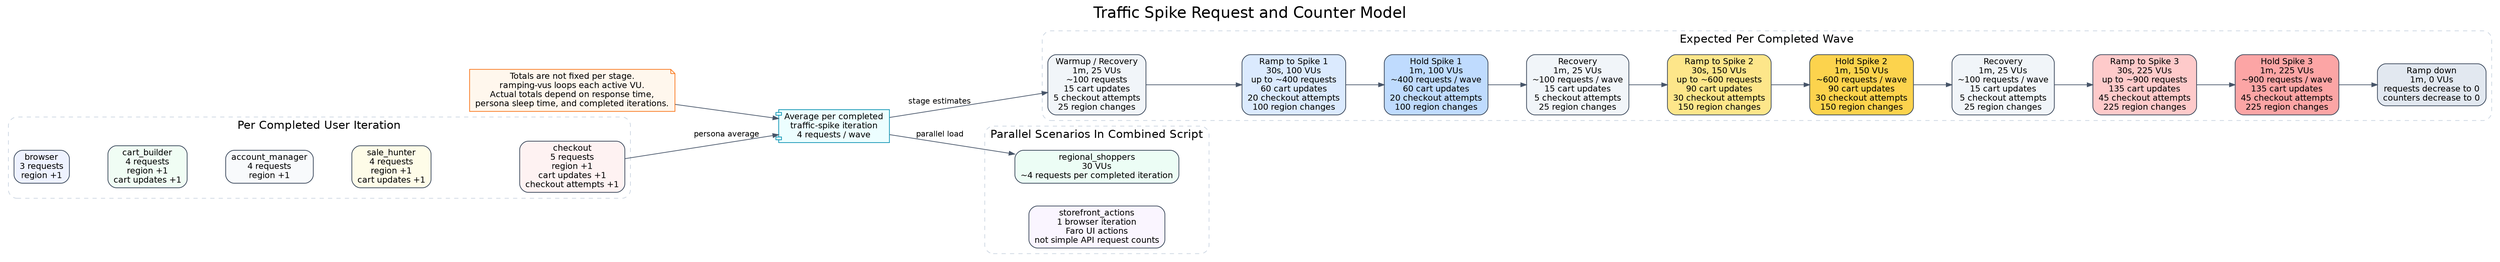
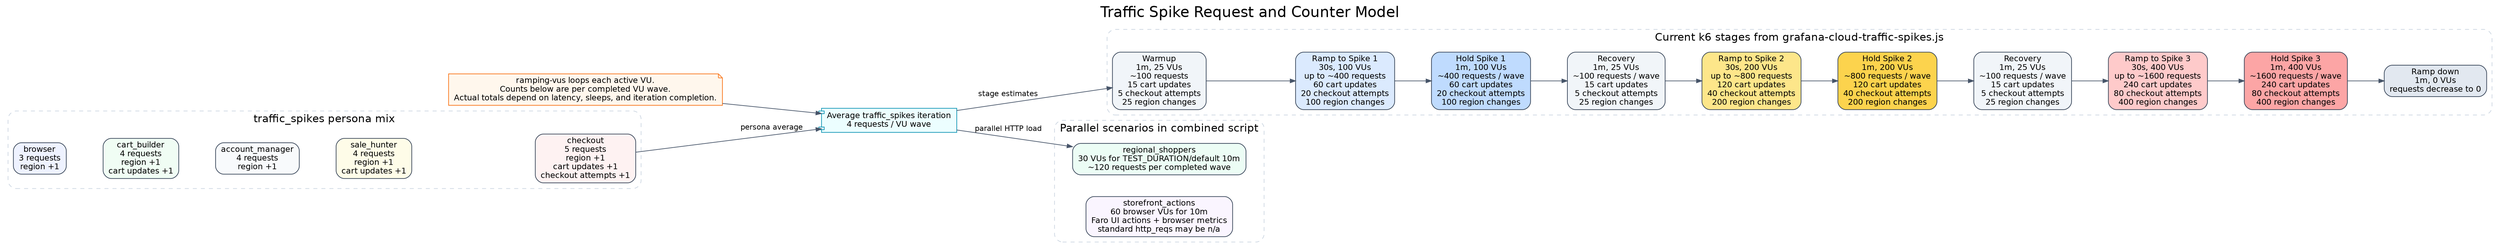
digraph traffic_spike_request_model {
  graph [
    rankdir=LR,
    labelloc=t,
    label="Traffic Spike Request and Counter Model",
    fontsize=22,
    fontname="Helvetica",
    nodesep=0.45,
    ranksep=0.75
  ];

-   node [
-     shape=box,
-     style="rounded,filled",
-     fontname="Helvetica",
-     fontsize=12,
-     color="#334155",
-     fillcolor="#f8fafc"
-   ];
+   node [shape=box, style="rounded,filled", fontname="Helvetica", fontsize=12, color="#334155", fillcolor="#f8fafc"];
+   edge [color="#475569", arrowsize=0.8, fontname="Helvetica", fontsize=11];

-   edge [
-     color="#475569",
-     arrowsize=0.8,
-     fontname="Helvetica",
-     fontsize=11
-   ];
- 
-   note [
-     shape=note,
-     fillcolor="#fff7ed",
-     color="#f97316",
-     label="Totals are not fixed per stage.\nramping-vus loops each active VU.\nActual totals depend on response time,\npersona sleep time, and completed iterations."
-   ];
- 
-   avg [
-     shape=component,
-     fillcolor="#ecfeff",
-     color="#0891b2",
-     label="Average per completed\ntraffic-spike iteration\n4 requests / wave"
-   ];
+   note [shape=note, fillcolor="#fff7ed", color="#f97316", label="ramping-vus loops each active VU.\nCounts below are per completed VU wave.\nActual totals depend on latency, sleeps, and iteration completion."];
+   avg [shape=component, fillcolor="#ecfeff", color="#0891b2", label="Average traffic_spikes iteration\n4 requests / VU wave"];

  subgraph cluster_personas {
-     label="Per Completed User Iteration";
-     color="#cbd5e1";
-     style="rounded,dashed";
-     fontsize=16;
-     fontname="Helvetica";
- 
-     browser [
-       label="browser\n3 requests\nregion +1",
-       fillcolor="#eef2ff"
-     ];
- 
-     cart_builder [
-       label="cart_builder\n4 requests\nregion +1\ncart updates +1",
-       fillcolor="#f0fdf4"
-     ];
- 
-     account_manager [
-       label="account_manager\n4 requests\nregion +1",
-       fillcolor="#f8fafc"
-     ];
- 
-     sale_hunter [
-       label="sale_hunter\n4 requests\nregion +1\ncart updates +1",
-       fillcolor="#fefce8"
-     ];
- 
-     checkout [
-       label="checkout\n5 requests\nregion +1\ncart updates +1\ncheckout attempts +1",
-       fillcolor="#fef2f2"
-     ];
- 
-     browser -> cart_builder -> account_manager -> sale_hunter -> checkout [
-       style=invis
-     ];
+     label="traffic_spikes persona mix"; color="#cbd5e1"; style="rounded,dashed"; fontsize=16; fontname="Helvetica";
+     browser [label="browser\n3 requests\nregion +1", fillcolor="#eef2ff"];
+     cart_builder [label="cart_builder\n4 requests\nregion +1\ncart updates +1", fillcolor="#f0fdf4"];
+     account_manager [label="account_manager\n4 requests\nregion +1", fillcolor="#f8fafc"];
+     sale_hunter [label="sale_hunter\n4 requests\nregion +1\ncart updates +1", fillcolor="#fefce8"];
+     checkout [label="checkout\n5 requests\nregion +1\ncart updates +1\ncheckout attempts +1", fillcolor="#fef2f2"];
+     browser -> cart_builder -> account_manager -> sale_hunter -> checkout [style=invis];
  }

  subgraph cluster_stages {
-     label="Expected Per Completed Wave";
-     color="#cbd5e1";
-     style="rounded,dashed";
-     fontsize=16;
-     fontname="Helvetica";
- 
-     warmup [
-       label="Warmup / Recovery\n1m, 25 VUs\n~100 requests\n15 cart updates\n5 checkout attempts\n25 region changes",
-       fillcolor="#f1f5f9"
-     ];
- 
-     ramp1 [
-       label="Ramp to Spike 1\n30s, 100 VUs\nup to ~400 requests\n60 cart updates\n20 checkout attempts\n100 region changes",
-       fillcolor="#dbeafe"
-     ];
- 
-     hold1 [
-       label="Hold Spike 1\n1m, 100 VUs\n~400 requests / wave\n60 cart updates\n20 checkout attempts\n100 region changes",
-       fillcolor="#bfdbfe"
-     ];
- 
-     recovery1 [
-       label="Recovery\n1m, 25 VUs\n~100 requests / wave\n15 cart updates\n5 checkout attempts\n25 region changes",
-       fillcolor="#f1f5f9"
-     ];
- 
-     ramp2 [
-       label="Ramp to Spike 2\n30s, 150 VUs\nup to ~600 requests\n90 cart updates\n30 checkout attempts\n150 region changes",
-       fillcolor="#fde68a"
-     ];
- 
-     hold2 [
-       label="Hold Spike 2\n1m, 150 VUs\n~600 requests / wave\n90 cart updates\n30 checkout attempts\n150 region changes",
-       fillcolor="#fcd34d"
-     ];
- 
-     recovery2 [
-       label="Recovery\n1m, 25 VUs\n~100 requests / wave\n15 cart updates\n5 checkout attempts\n25 region changes",
-       fillcolor="#f1f5f9"
-     ];
- 
-     ramp3 [
-       label="Ramp to Spike 3\n30s, 225 VUs\nup to ~900 requests\n135 cart updates\n45 checkout attempts\n225 region changes",
-       fillcolor="#fecaca"
-     ];
- 
-     hold3 [
-       label="Hold Spike 3\n1m, 225 VUs\n~900 requests / wave\n135 cart updates\n45 checkout attempts\n225 region changes",
-       fillcolor="#fca5a5"
-     ];
- 
-     rampdown [
-       label="Ramp down\n1m, 0 VUs\nrequests decrease to 0\ncounters decrease to 0",
-       fillcolor="#e2e8f0"
-     ];
- 
+     label="Current k6 stages from grafana-cloud-traffic-spikes.js"; color="#cbd5e1"; style="rounded,dashed"; fontsize=16; fontname="Helvetica";
+     warmup [label="Warmup\n1m, 25 VUs\n~100 requests\n15 cart updates\n5 checkout attempts\n25 region changes", fillcolor="#f1f5f9"];
+     ramp1 [label="Ramp to Spike 1\n30s, 100 VUs\nup to ~400 requests\n60 cart updates\n20 checkout attempts\n100 region changes", fillcolor="#dbeafe"];
+     hold1 [label="Hold Spike 1\n1m, 100 VUs\n~400 requests / wave\n60 cart updates\n20 checkout attempts\n100 region changes", fillcolor="#bfdbfe"];
+     recovery1 [label="Recovery\n1m, 25 VUs\n~100 requests / wave\n15 cart updates\n5 checkout attempts\n25 region changes", fillcolor="#f1f5f9"];
+     ramp2 [label="Ramp to Spike 2\n30s, 200 VUs\nup to ~800 requests\n120 cart updates\n40 checkout attempts\n200 region changes", fillcolor="#fde68a"];
+     hold2 [label="Hold Spike 2\n1m, 200 VUs\n~800 requests / wave\n120 cart updates\n40 checkout attempts\n200 region changes", fillcolor="#fcd34d"];
+     recovery2 [label="Recovery\n1m, 25 VUs\n~100 requests / wave\n15 cart updates\n5 checkout attempts\n25 region changes", fillcolor="#f1f5f9"];
+     ramp3 [label="Ramp to Spike 3\n30s, 400 VUs\nup to ~1600 requests\n240 cart updates\n80 checkout attempts\n400 region changes", fillcolor="#fecaca"];
+     hold3 [label="Hold Spike 3\n1m, 400 VUs\n~1600 requests / wave\n240 cart updates\n80 checkout attempts\n400 region changes", fillcolor="#fca5a5"];
+     rampdown [label="Ramp down\n1m, 0 VUs\nrequests decrease to 0", fillcolor="#e2e8f0"];
    warmup -> ramp1 -> hold1 -> recovery1 -> ramp2 -> hold2 -> recovery2 -> ramp3 -> hold3 -> rampdown;
  }

  subgraph cluster_parallel {
-     label="Parallel Scenarios In Combined Script";
-     color="#cbd5e1";
-     style="rounded,dashed";
-     fontsize=16;
-     fontname="Helvetica";
- 
-     regional [
-       label="regional_shoppers\n30 VUs\n~4 requests per completed iteration",
-       fillcolor="#ecfdf5"
-     ];
- 
-     storefront [
-       label="storefront_actions\n1 browser iteration\nFaro UI actions\nnot simple API request counts",
-       fillcolor="#faf5ff"
-     ];
+     label="Parallel scenarios in combined script"; color="#cbd5e1"; style="rounded,dashed"; fontsize=16; fontname="Helvetica";
+     regional [label="regional_shoppers\n30 VUs for TEST_DURATION/default 10m\n~120 requests per completed wave", fillcolor="#ecfdf5"];
+     storefront [label="storefront_actions\n60 browser VUs for 10m\nFaro UI actions + browser metrics\nstandard http_reqs may be n/a", fillcolor="#faf5ff"];
  }

  note -> avg;
  avg -> warmup [label="stage estimates"];
-   avg -> regional [label="parallel load"];
+   avg -> regional [label="parallel HTTP load"];
  checkout -> avg [label="persona average"];
}
+ 
